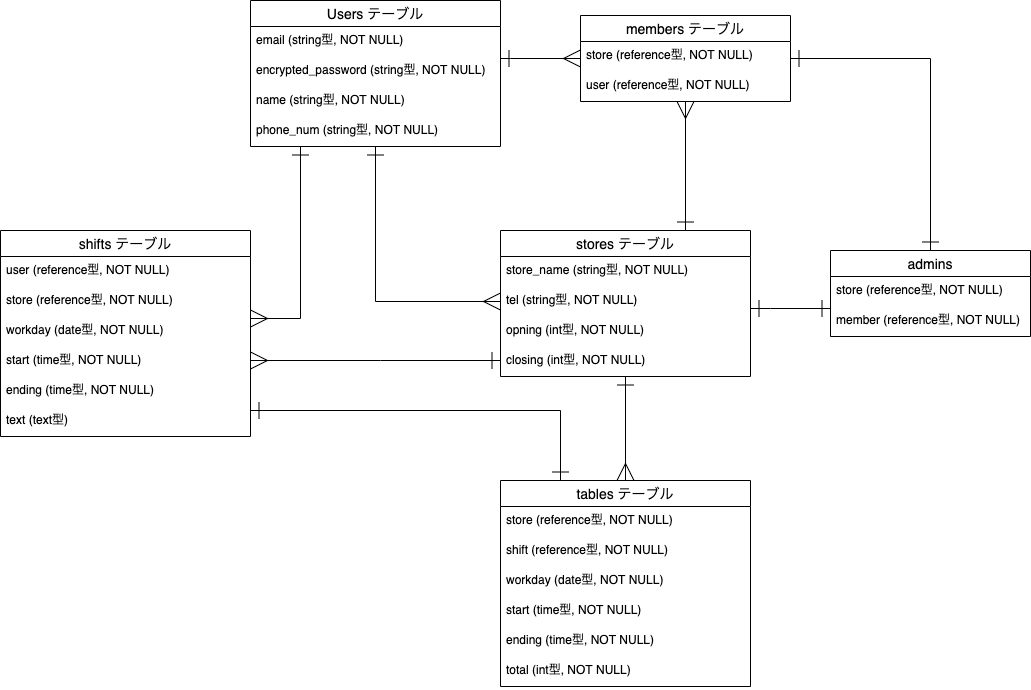
Earlier version of the draw.io export table.drawio.png (kos-san/ShiftMT). Source tidied: cells renumbered, new cells last; positions are measured from the earlier drawing's top-left corner, leaving out a move shared by most shapes.
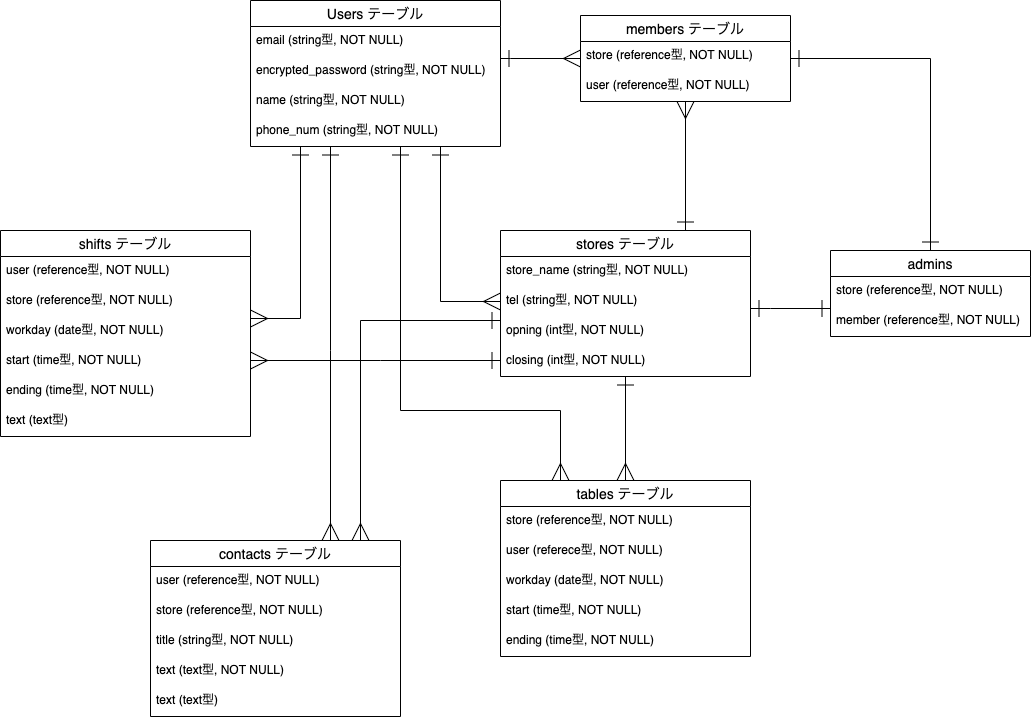
Later version of the same file.

Commit message:
テーブル設計とreadmeファイルの作成

What changed in the source:
```diff
@@ -81,7 +81,11 @@
       <mxGeometry y="56" width="200" height="30" as="geometry" />
     </mxCell>
     <mxCell id="23" style="edgeStyle=orthogonalEdgeStyle;rounded=0;jettySize=auto;html=1;endArrow=ERone;endFill=0;startArrow=ERmany;startFill=0;endSize=15;startSize=15;exitX=0;exitY=0.5;exitDx=0;exitDy=0;" parent="1" edge="1" source="12" target="3">
-      <mxGeometry relative="1" as="geometry" />
+      <mxGeometry relative="1" as="geometry">
+        <Array as="points">
+          <mxPoint x="440" y="301" />
+        </Array>
+      </mxGeometry>
     </mxCell>
     <mxCell id="24" style="edgeStyle=orthogonalEdgeStyle;rounded=0;jettySize=auto;html=1;endArrow=ERone;endFill=0;startArrow=ERmany;startFill=0;endSize=15;startSize=15;" parent="1" edge="1" source="26" target="3">
       <mxGeometry relative="1" as="geometry">
@@ -119,20 +123,21 @@
     <mxCell id="32" value="text (text型)" style="text;strokeColor=none;fillColor=none;spacingLeft=4;spacingRight=4;overflow=hidden;fontSize=12;" parent="26" vertex="1">
       <mxGeometry y="176" width="250" height="30" as="geometry" />
     </mxCell>
-    <mxCell id="33" style="edgeStyle=orthogonalEdgeStyle;rounded=0;jettySize=auto;html=1;startArrow=ERone;startFill=0;startSize=15;endArrow=ERone;endFill=0;endSize=15;" parent="1" edge="1" source="26" target="34">
+    <mxCell id="33" style="edgeStyle=orthogonalEdgeStyle;rounded=0;jettySize=auto;html=1;startArrow=ERone;startFill=0;startSize=15;endArrow=ERmany;endFill=0;endSize=15;" parent="1" edge="1" source="3" target="34">
       <mxGeometry relative="1" as="geometry">
         <Array as="points">
+          <mxPoint x="400" y="410" />
           <mxPoint x="560" y="410" />
         </Array>
       </mxGeometry>
     </mxCell>
     <mxCell id="34" value="tables テーブル" style="swimlane;fontStyle=0;horizontal=1;startSize=26;align=center;fontSize=14;" parent="1" vertex="1">
-      <mxGeometry x="500" y="480" width="250" height="206" as="geometry" />
+      <mxGeometry x="500" y="480" width="250" height="176" as="geometry" />
     </mxCell>
     <mxCell id="35" value="store (reference型, NOT NULL)" style="text;strokeColor=none;fillColor=none;spacingLeft=4;spacingRight=4;overflow=hidden;fontSize=12;" parent="34" vertex="1">
       <mxGeometry y="26" width="250" height="30" as="geometry" />
     </mxCell>
-    <mxCell id="36" value="shift (reference型, NOT NULL)" style="text;strokeColor=none;fillColor=none;spacingLeft=4;spacingRight=4;overflow=hidden;fontSize=12;" parent="34" vertex="1">
+    <mxCell id="36" value="user (referece型, NOT NULL)" style="text;strokeColor=none;fillColor=none;spacingLeft=4;spacingRight=4;overflow=hidden;fontSize=12;" parent="34" vertex="1">
       <mxGeometry y="56" width="250" height="30" as="geometry" />
     </mxCell>
     <mxCell id="37" value="workday (date型, NOT NULL)" style="text;strokeColor=none;fillColor=none;spacingLeft=4;spacingRight=4;overflow=hidden;fontSize=12;" parent="34" vertex="1">
@@ -144,8 +149,38 @@
     <mxCell id="39" value="ending (time型, NOT NULL)" style="text;strokeColor=none;fillColor=none;spacingLeft=4;spacingRight=4;overflow=hidden;fontSize=12;" parent="34" vertex="1">
       <mxGeometry y="146" width="250" height="30" as="geometry" />
     </mxCell>
-    <mxCell id="40" value="total (int型, NOT NULL)" style="text;strokeColor=none;fillColor=none;spacingLeft=4;spacingRight=4;overflow=hidden;fontSize=12;" parent="34" vertex="1">
-      <mxGeometry y="176" width="250" height="30" as="geometry" />
-    </mxCell>
+    <mxCell id="41" style="edgeStyle=orthogonalEdgeStyle;rounded=0;jettySize=auto;html=1;endArrow=ERmany;endFill=0;endSize=15;startSize=15;startArrow=ERone;startFill=0;" parent="1" edge="1" source="3" target="43">
+      <mxGeometry relative="1" as="geometry">
+        <Array as="points">
+          <mxPoint x="330" y="350" />
+          <mxPoint x="330" y="350" />
+        </Array>
+      </mxGeometry>
+    </mxCell>
+    <mxCell id="42" style="edgeStyle=orthogonalEdgeStyle;rounded=0;jettySize=auto;html=1;startArrow=ERone;startFill=0;startSize=15;endArrow=ERmany;endFill=0;endSize=15;" parent="1" edge="1" source="10" target="43">
+      <mxGeometry relative="1" as="geometry">
+        <Array as="points">
+          <mxPoint x="360" y="320" />
+        </Array>
+      </mxGeometry>
+    </mxCell>
+    <mxCell id="43" value="contacts テーブル" style="swimlane;fontStyle=0;horizontal=1;startSize=26;align=center;fontSize=14;" parent="1" vertex="1">
+      <mxGeometry x="150" y="540" width="250" height="176" as="geometry" />
+    </mxCell>
+    <mxCell id="44" value="user (reference型, NOT NULL)" style="text;strokeColor=none;fillColor=none;spacingLeft=4;spacingRight=4;overflow=hidden;fontSize=12;" parent="43" vertex="1">
+      <mxGeometry y="26" width="250" height="30" as="geometry" />
+    </mxCell>
+    <mxCell id="45" value="store (reference型, NOT NULL)" style="text;strokeColor=none;fillColor=none;spacingLeft=4;spacingRight=4;overflow=hidden;fontSize=12;" parent="43" vertex="1">
+      <mxGeometry y="56" width="250" height="30" as="geometry" />
+    </mxCell>
+    <mxCell id="46" value="title (string型, NOT NULL)" style="text;strokeColor=none;fillColor=none;spacingLeft=4;spacingRight=4;overflow=hidden;fontSize=12;" parent="43" vertex="1">
+      <mxGeometry y="86" width="250" height="30" as="geometry" />
+    </mxCell>
+    <mxCell id="47" value="text (text型, NOT NULL)" style="text;strokeColor=none;fillColor=none;spacingLeft=4;spacingRight=4;overflow=hidden;fontSize=12;" parent="43" vertex="1">
+      <mxGeometry y="116" width="250" height="30" as="geometry" />
+    </mxCell>
+    <mxCell id="48" value="text (text型)" style="text;strokeColor=none;fillColor=none;spacingLeft=4;spacingRight=4;overflow=hidden;fontSize=12;" parent="43" vertex="1">
+      <mxGeometry y="146" width="250" height="30" as="geometry" />
+    </mxCell>
   </root>
 </mxGraphModel>
```
